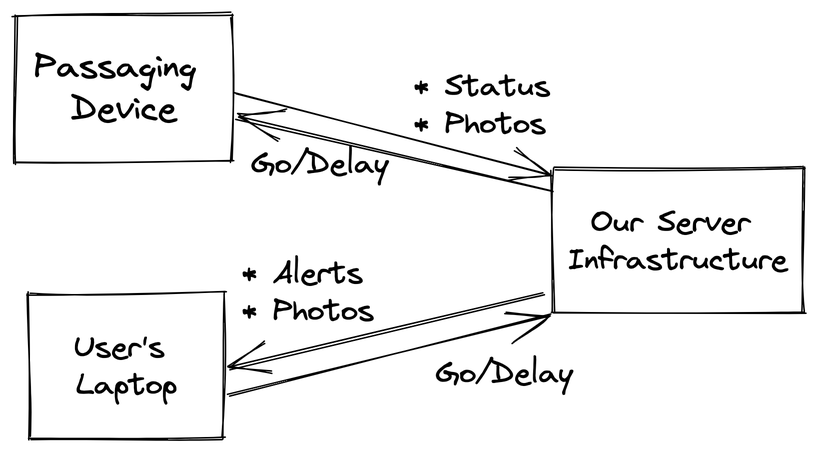
Before: high-level.excalidraw.png, a diagram exported from Excalidraw (alsuren/interview-2022-10-31). Source tidied: one line per element, renumbered; positions are measured from the earlier drawing's top-left corner, leaving out a move shared by most shapes.
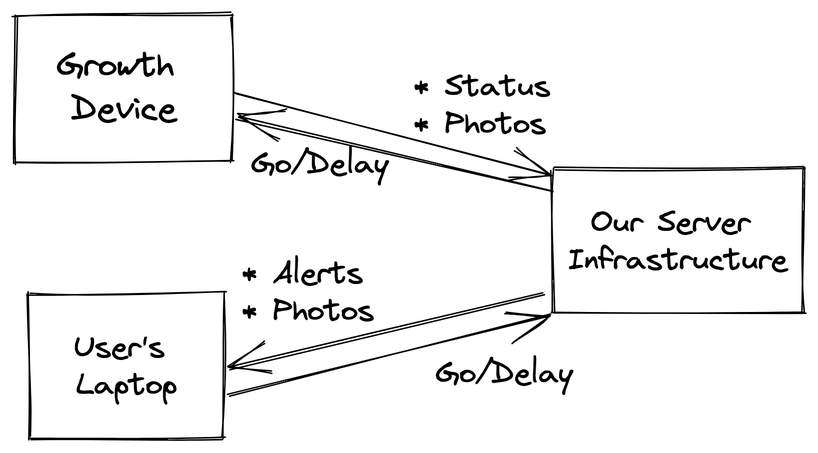
Above is the later version.

Commit message:
rename to 'growth device'; add more notes + ui screenshot

Change to the diagram source:
```diff
@@ -1,5 +1,5 @@
 {"id": 0, "type": "rectangle", "strokeColor": "#000000", "strokeWidth": 1, "roughness": 1, "x": 0, "y": 0, "width": 145, "height": 98}
-{"id": 1, "type": "text", "text": "Passaging \nDevice", "strokeColor": "#000000", "strokeWidth": 1, "roughness": 1, "fontSize": 22.67, "fontFamily": 1, "textAlign": "center", "verticalAlign": "middle", "inside": 0, "x": 12, "y": 21, "width": 120, "height": 56}
+{"id": 1, "type": "text", "text": "Growth \nDevice", "strokeColor": "#000000", "strokeWidth": 1, "roughness": 1, "fontSize": 22.67, "fontFamily": 1, "textAlign": "center", "verticalAlign": "middle", "inside": 0, "x": 5, "y": 20, "width": 135, "height": 58}
 {"id": 2, "type": "rectangle", "strokeColor": "#000000", "strokeWidth": 1, "roughness": 1, "x": 359, "y": 102, "width": 167, "height": 97}
 {"id": 3, "type": "text", "text": "Our Server \nInfrastructure", "strokeColor": "#000000", "strokeWidth": 1, "roughness": 1, "fontSize": 20, "fontFamily": 1, "textAlign": "center", "verticalAlign": "middle", "inside": 2, "x": 368, "y": 126, "width": 148, "height": 50}
 {"id": 4, "type": "rectangle", "strokeColor": "#000000", "strokeWidth": 1, "roughness": 1, "x": 10, "y": 185, "width": 130, "height": 97}
```
